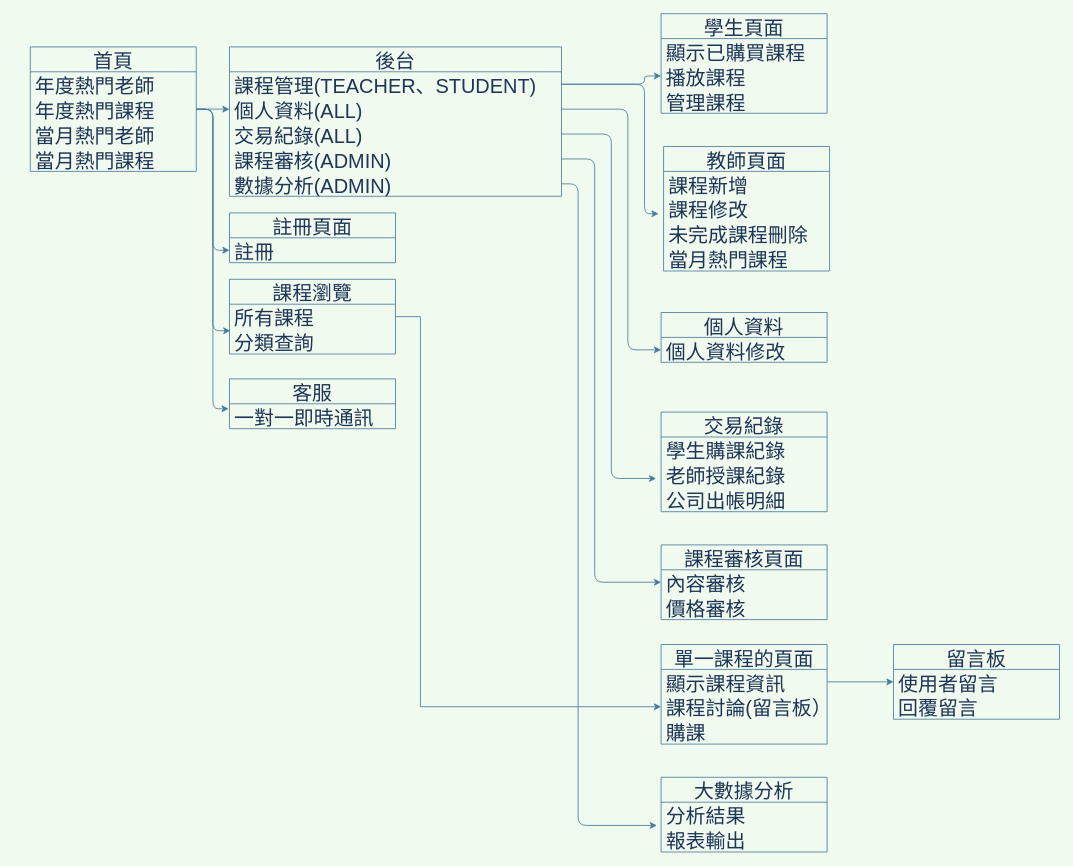
Before: manual/architecture/總架構圖.drawio in IIIEDUG02/SpecialTopic, a draw.io diagram. Source tidied: cells renumbered, new cells numbered last; positions are measured from the earlier drawing's top-left corner, leaving out a move shared by most shapes. Both pictures are drawn from the tidied source at 83%, with x=0, y=0 at pixel (30, 13).
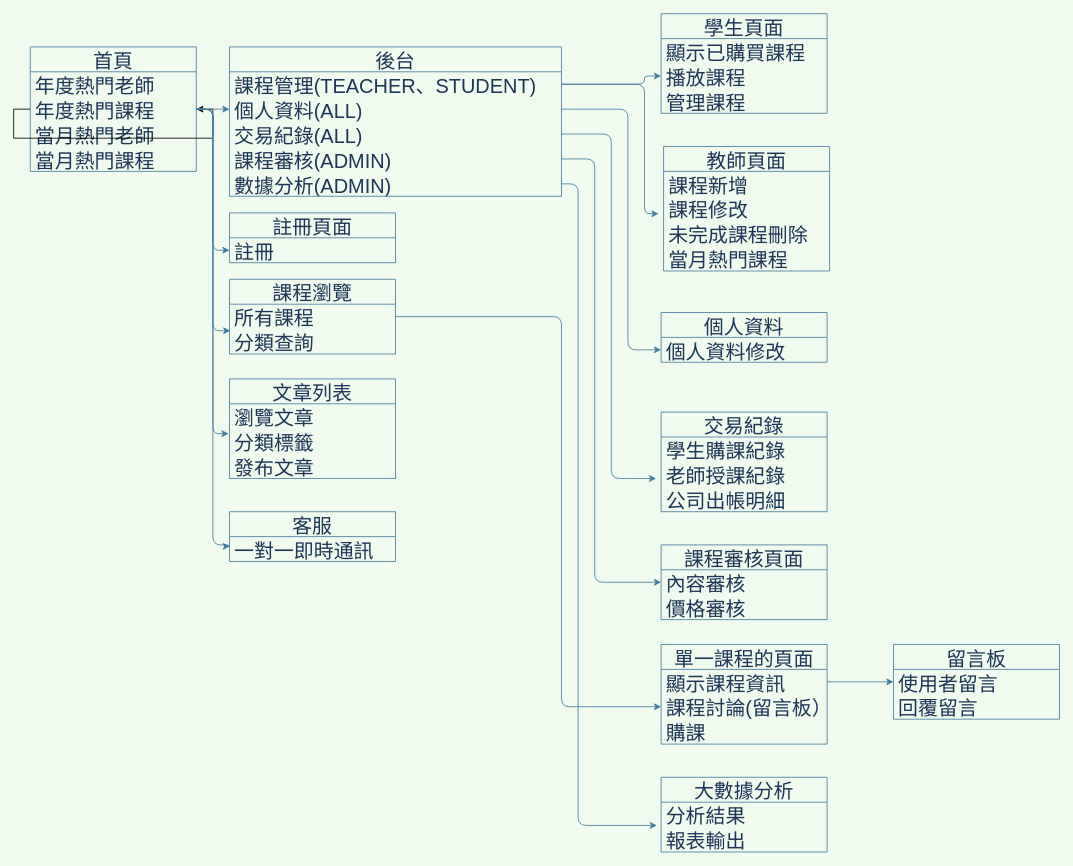
The same diagram, later.

Commit message:
修正架構圖(補文章部分)

The change refers to these unchanged cells:
```xml
<mxCell id="2" value="首頁" style="swimlane;fontStyle=0;horizontal=1;startSize=30;fontSize=24;fontColor=#1D3557;strokeColor=#457B9D;fillColor=none;" parent="1" vertex="1">
  <mxGeometry y="40" width="200" height="150" as="geometry" />
</mxCell>
<mxCell id="4" value="年度熱門課程" style="text;strokeColor=none;fillColor=none;align=left;verticalAlign=middle;spacingLeft=4;spacingRight=4;overflow=hidden;points=[[0,0.5],[1,0.5]];portConstraint=eastwest;fontSize=24;fontColor=#1D3557;" parent="2" vertex="1">
  <mxGeometry y="60" width="200" height="30" as="geometry" />
</mxCell>
<mxCell id="24" value="所有課程" style="text;strokeColor=none;fillColor=none;align=left;verticalAlign=middle;spacingLeft=4;spacingRight=4;overflow=hidden;points=[[0,0.5],[1,0.5]];portConstraint=eastwest;fontSize=24;fontColor=#1D3557;" parent="23" vertex="1">
  <mxGeometry y="30" width="200" height="30" as="geometry" />
</mxCell>
<mxCell id="40" value="課程討論(留言板）" style="text;strokeColor=none;fillColor=none;align=left;verticalAlign=middle;spacingLeft=4;spacingRight=4;overflow=hidden;points=[[0,0.5],[1,0.5]];portConstraint=eastwest;fontSize=24;fontColor=#1D3557;" parent="38" vertex="1">
  <mxGeometry y="60" width="200" height="30" as="geometry" />
</mxCell>
```

Change to the diagram source:
```diff
@@
+    <mxCell id="60" style="edgeStyle=orthogonalEdgeStyle;rounded=0;orthogonalLoop=1;jettySize=auto;html=1;entryX=1;entryY=0.5;entryDx=0;entryDy=0;" parent="2" edge="1" source="4" target="4">
+      <mxGeometry relative="1" as="geometry" />
+    </mxCell>
@@
     <mxCell id="36" value="客服" style="swimlane;fontStyle=0;horizontal=1;startSize=30;fontSize=24;fontColor=#1D3557;strokeColor=#457B9D;fillColor=none;" parent="1" vertex="1">
-      <mxGeometry x="240" y="440" width="200" height="60" as="geometry" />
+      <mxGeometry x="240" y="600" width="200" height="60" as="geometry" />
     </mxCell>
-    <mxCell id="37" value="一對一即時通訊" style="text;strokeColor=none;fillColor=none;align=left;verticalAlign=middle;spacingLeft=4;spacingRight=4;overflow=hidden;points=[[0,0.5],[1,0.5]];portConstraint=eastwest;fontSize=24;fontColor=#1D3557;" parent="36" vertex="1">
-      <mxGeometry y="30" width="200" height="30" as="geometry" />
-    </mxCell>
+    <mxCell id="61" value="一對一即時通訊" style="text;strokeColor=none;fillColor=none;align=left;verticalAlign=middle;spacingLeft=4;spacingRight=4;overflow=hidden;points=[[0,0.5],[1,0.5]];portConstraint=eastwest;fontSize=24;fontColor=#1D3557;" parent="36" vertex="1">
+      <mxGeometry y="30" width="200" height="30" as="geometry" />
+    </mxCell>
@@
-    <mxCell id="42" style="edgeStyle=orthogonalEdgeStyle;rounded=0;jettySize=auto;html=1;entryX=0;entryY=0.5;entryDx=0;entryDy=0;fontSize=24;fontColor=#1D3557;strokeColor=#457B9D;labelBackgroundColor=#F1FAEE;" parent="1" edge="1" source="24" target="40">
-      <mxGeometry relative="1" as="geometry">
-        <Array as="points">
-          <mxPoint x="470" y="365" />
-          <mxPoint x="470" y="835" />
-        </Array>
-      </mxGeometry>
-    </mxCell>
@@
     <mxCell id="59" style="edgeStyle=orthogonalEdgeStyle;curved=0;rounded=1;sketch=0;jettySize=auto;html=1;entryX=-0.005;entryY=0.2;entryDx=0;entryDy=0;entryPerimeter=0;fontColor=#1D3557;strokeColor=#457B9D;fillColor=#A8DADC;" parent="1" edge="1" source="4" target="37">
-      <mxGeometry relative="1" as="geometry" />
+      <mxGeometry relative="1" as="geometry">
+        <Array as="points">
+          <mxPoint x="220" y="115" />
+          <mxPoint x="220" y="506" />
+        </Array>
+      </mxGeometry>
     </mxCell>
+    <mxCell id="62" value="文章列表" style="swimlane;fontStyle=0;horizontal=1;startSize=30;fontSize=24;fontColor=#1D3557;strokeColor=#457B9D;fillColor=none;" parent="1" vertex="1">
+      <mxGeometry x="240" y="440" width="200" height="120" as="geometry" />
+    </mxCell>
+    <mxCell id="63" value="瀏覽文章" style="text;strokeColor=none;fillColor=none;align=left;verticalAlign=middle;spacingLeft=4;spacingRight=4;overflow=hidden;fontSize=24;fontColor=#1D3557;" parent="62" vertex="1">
+      <mxGeometry y="30" width="200" height="30" as="geometry" />
+    </mxCell>
+    <mxCell id="37" value="分類標籤" style="text;strokeColor=none;fillColor=none;align=left;verticalAlign=middle;spacingLeft=4;spacingRight=4;overflow=hidden;points=[[0,0.5],[1,0.5]];portConstraint=eastwest;fontSize=24;fontColor=#1D3557;" parent="62" vertex="1">
+      <mxGeometry y="60" width="200" height="30" as="geometry" />
+    </mxCell>
+    <mxCell id="64" value="發布文章" style="text;strokeColor=none;fillColor=none;align=left;verticalAlign=middle;spacingLeft=4;spacingRight=4;overflow=hidden;fontSize=24;fontColor=#1D3557;" parent="62" vertex="1">
+      <mxGeometry y="90" width="200" height="30" as="geometry" />
+    </mxCell>
+    <mxCell id="65" style="edgeStyle=orthogonalEdgeStyle;curved=0;rounded=1;sketch=0;jettySize=auto;html=1;entryX=0.002;entryY=0.389;entryDx=0;entryDy=0;entryPerimeter=0;fontColor=#1D3557;strokeColor=#457B9D;fillColor=#A8DADC;exitX=1;exitY=0.5;exitDx=0;exitDy=0;" parent="1" edge="1" source="4" target="61">
+      <mxGeometry relative="1" as="geometry">
+        <Array as="points">
+          <mxPoint x="220" y="115" />
+          <mxPoint x="220" y="640" />
+          <mxPoint x="239" y="640" />
+          <mxPoint x="239" y="642" />
+        </Array>
+      </mxGeometry>
+    </mxCell>
+    <mxCell id="42" style="edgeStyle=orthogonalEdgeStyle;curved=0;rounded=1;sketch=0;jettySize=auto;html=1;entryX=0;entryY=0.5;entryDx=0;entryDy=0;fontColor=#1D3557;strokeColor=#457B9D;fillColor=#A8DADC;exitX=1;exitY=0.5;exitDx=0;exitDy=0;" parent="1" edge="1" source="24" target="40">
+      <mxGeometry relative="1" as="geometry">
+        <Array as="points">
+          <mxPoint x="640" y="365" />
+          <mxPoint x="640" y="835" />
+        </Array>
+      </mxGeometry>
+    </mxCell>
```
